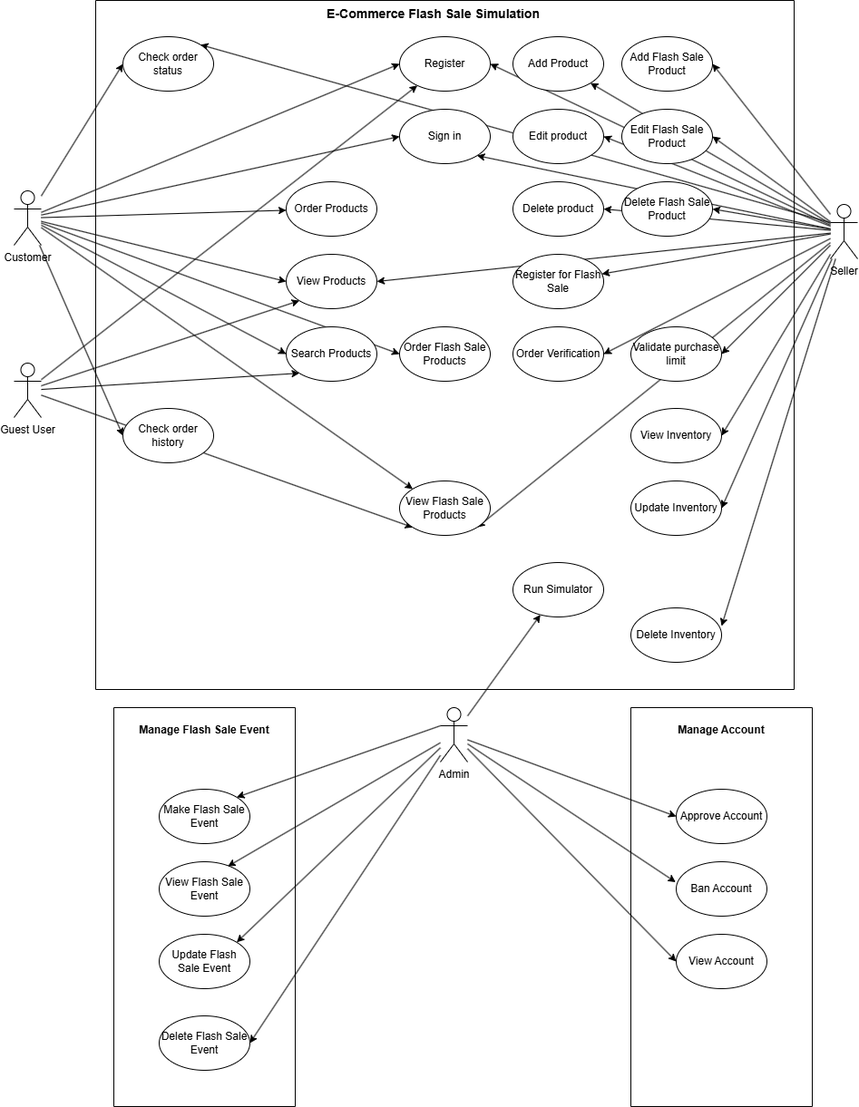
This is docs/useCaseDiagram.png from Zahiitg/LAb211-Group3, a draw.io export, as it was before one commit. Source tidied: cells renumbered, new cells last; positions are measured from the earlier drawing's top-left corner, leaving out a move shared by most shapes.
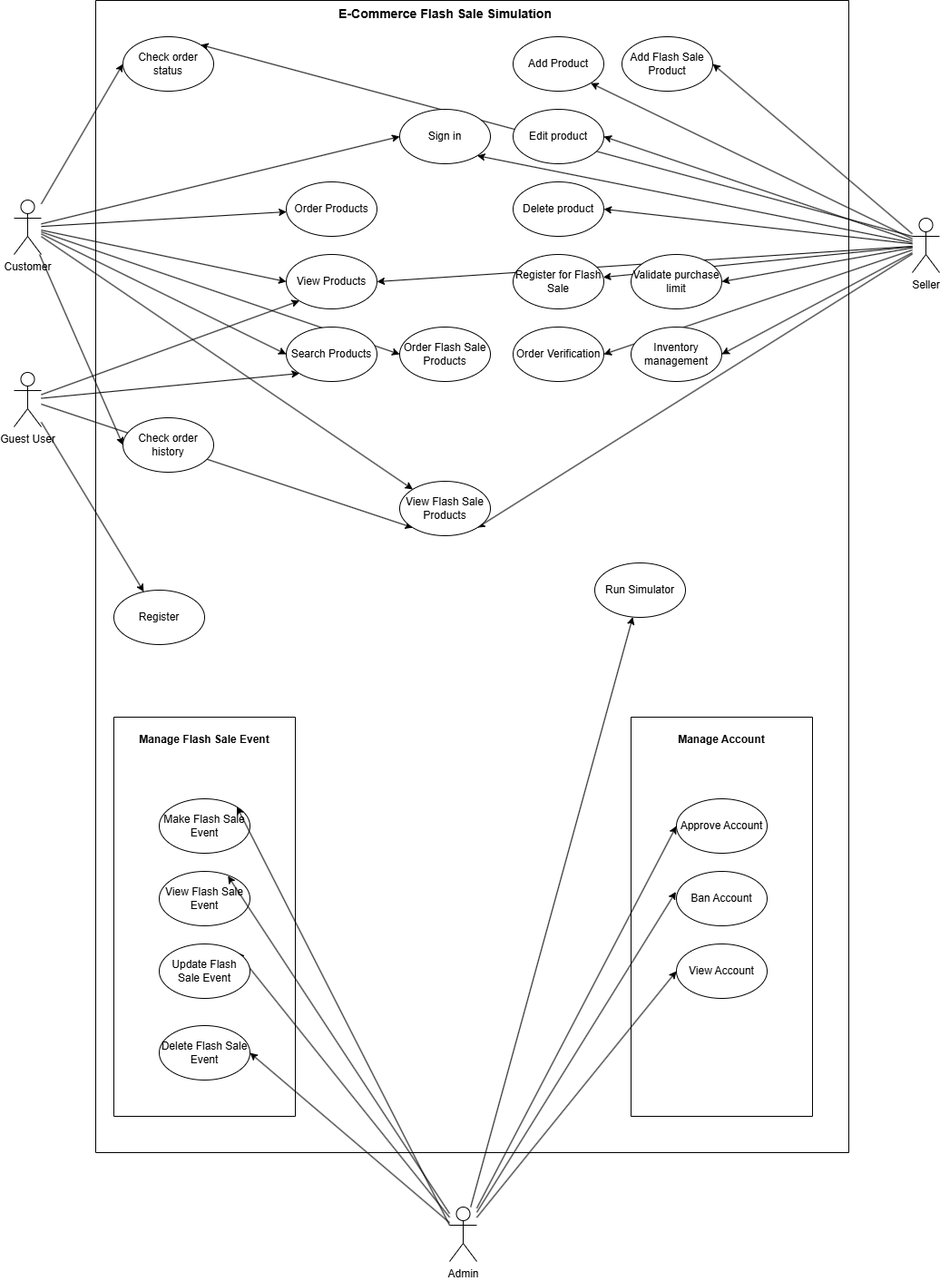
After the commit.

Commit message:
update use case diagram

Change to the diagram source:
```diff
@@ -14,9 +14,6 @@
     <mxCell id="5" style="rounded=0;jettySize=auto;html=1;" parent="1" edge="1" source="63" target="38">
       <mxGeometry relative="1" as="geometry" />
     </mxCell>
-    <mxCell id="6" style="rounded=0;jettySize=auto;html=1;entryX=0;entryY=0.5;entryDx=0;entryDy=0;" parent="1" edge="1" source="15" target="38">
-      <mxGeometry relative="1" as="geometry" />
-    </mxCell>
     <mxCell id="7" style="rounded=0;jettySize=auto;html=1;entryX=0;entryY=0.5;entryDx=0;entryDy=0;" parent="1" edge="1" source="15" target="56">
       <mxGeometry relative="1" as="geometry" />
     </mxCell>
@@ -44,9 +41,6 @@
     <mxCell id="15" value="Customer" style="shape=umlActor;verticalLabelPosition=bottom;verticalAlign=top;html=1;outlineConnect=0;" parent="1" vertex="1">
       <mxGeometry y="210" width="30" height="60" as="geometry" />
     </mxCell>
-    <mxCell id="16" style="rounded=0;jettySize=auto;html=1;entryX=1;entryY=0.5;entryDx=0;entryDy=0;" parent="1" edge="1" source="29" target="38">
-      <mxGeometry relative="1" as="geometry" />
-    </mxCell>
     <mxCell id="17" style="rounded=0;jettySize=auto;html=1;entryX=1;entryY=0.5;entryDx=0;entryDy=0;" parent="1" edge="1" source="29" target="47">
       <mxGeometry relative="1" as="geometry" />
     </mxCell>
@@ -74,17 +68,8 @@
     <mxCell id="25" style="rounded=0;jettySize=auto;html=1;entryX=1;entryY=0.5;entryDx=0;entryDy=0;" parent="1" edge="1" source="29" target="53">
       <mxGeometry relative="1" as="geometry" />
     </mxCell>
-    <mxCell id="26" style="rounded=0;jettySize=auto;html=1;entryX=1;entryY=0.5;entryDx=0;entryDy=0;" parent="1" edge="1" source="29" target="57">
-      <mxGeometry relative="1" as="geometry" />
-    </mxCell>
-    <mxCell id="27" style="rounded=0;jettySize=auto;html=1;entryX=1;entryY=0.5;entryDx=0;entryDy=0;" parent="1" edge="1" source="29" target="59">
-      <mxGeometry relative="1" as="geometry" />
-    </mxCell>
-    <mxCell id="28" style="rounded=0;jettySize=auto;html=1;entryX=1;entryY=0.5;entryDx=0;entryDy=0;" parent="1" edge="1" source="29" target="60">
-      <mxGeometry relative="1" as="geometry" />
-    </mxCell>
     <mxCell id="29" value="Seller" style="shape=umlActor;verticalLabelPosition=bottom;verticalAlign=top;html=1;outlineConnect=0;" parent="1" vertex="1">
-      <mxGeometry x="900" y="225" width="30" height="60" as="geometry" />
+      <mxGeometry x="990" y="230" width="30" height="60" as="geometry" />
     </mxCell>
     <mxCell id="30" style="rounded=0;jettySize=auto;html=1;" parent="1" edge="1" source="35" target="46">
       <mxGeometry relative="1" as="geometry" />
@@ -102,16 +87,16 @@
       <mxGeometry relative="1" as="geometry" />
     </mxCell>
     <mxCell id="35" value="Admin" style="shape=umlActor;verticalLabelPosition=bottom;verticalAlign=top;html=1;outlineConnect=0;" parent="1" vertex="1">
-      <mxGeometry x="470" y="780" width="30" height="60" as="geometry" />
+      <mxGeometry x="480" y="1320" width="30" height="60" as="geometry" />
     </mxCell>
     <mxCell id="36" style="swimlane;startSize=0;" parent="1" vertex="1">
-      <mxGeometry x="90" width="770" height="760" as="geometry" />
+      <mxGeometry x="90" y="-10" width="830" height="1270" as="geometry" />
     </mxCell>
     <mxCell id="37" value="View Flash Sale Products" style="ellipse;whiteSpace=wrap;html=1;" parent="36" vertex="1">
       <mxGeometry x="335" y="530" width="100" height="60" as="geometry" />
     </mxCell>
     <mxCell id="38" value="&lt;div&gt;Register&lt;/div&gt;" style="ellipse;whiteSpace=wrap;html=1;" parent="36" vertex="1">
-      <mxGeometry x="335" y="40" width="100" height="60" as="geometry" />
+      <mxGeometry x="20" y="650" width="100" height="60" as="geometry" />
     </mxCell>
     <mxCell id="39" value="Order Flash Sale Products" style="ellipse;whiteSpace=wrap;html=1;" parent="36" vertex="1">
       <mxGeometry x="335" y="360" width="100" height="60" as="geometry" />
@@ -126,7 +111,7 @@
       <mxGeometry x="210" y="360" width="100" height="60" as="geometry" />
     </mxCell>
     <mxCell id="43" value="&lt;span id=&quot;docs-internal-guid-ed6efc86-7fff-6e3f-5f02-52fbdccc430c&quot;&gt;&lt;span style=&quot;font-family: Arial, sans-serif; background-color: transparent; font-weight: 700; font-variant: normal; vertical-align: baseline; white-space: pre-wrap;&quot;&gt;&lt;font style=&quot;color: rgb(0, 0, 0); font-size: 14px;&quot;&gt;E-Commerce Flash Sale Simulation&lt;/font&gt;&lt;/span&gt;&lt;/span&gt;" style="text;html=1;whiteSpace=wrap;strokeColor=none;fillColor=none;align=center;verticalAlign=middle;rounded=0;" parent="36" vertex="1">
-      <mxGeometry x="240" width="265" height="30" as="geometry" />
+      <mxGeometry x="252.5" width="265" height="30" as="geometry" />
     </mxCell>
     <mxCell id="44" value="Register for Flash Sale" style="ellipse;whiteSpace=wrap;html=1;" parent="36" vertex="1">
       <mxGeometry x="460" y="280" width="100" height="60" as="geometry" />
@@ -135,22 +120,22 @@
       <mxGeometry x="460" y="40" width="100" height="60" as="geometry" />
     </mxCell>
     <mxCell id="46" value="Run Simulator" style="ellipse;whiteSpace=wrap;html=1;" parent="36" vertex="1">
-      <mxGeometry x="460" y="620" width="100" height="60" as="geometry" />
+      <mxGeometry x="550" y="620" width="100" height="60" as="geometry" />
     </mxCell>
     <mxCell id="47" value="Order Verification" style="ellipse;whiteSpace=wrap;html=1;" parent="36" vertex="1">
       <mxGeometry x="460" y="360" width="100" height="60" as="geometry" />
     </mxCell>
-    <mxCell id="48" value="View Inventory" style="ellipse;whiteSpace=wrap;html=1;" parent="36" vertex="1">
-      <mxGeometry x="590" y="450" width="100" height="60" as="geometry" />
+    <mxCell id="48" value="Inventory management" style="ellipse;whiteSpace=wrap;html=1;" parent="36" vertex="1">
+      <mxGeometry x="590" y="360" width="100" height="60" as="geometry" />
     </mxCell>
     <mxCell id="49" value="&lt;span style=&quot;&quot;&gt;V&lt;/span&gt;&lt;span style=&quot;&quot;&gt;alidate purchase limit&lt;/span&gt;" style="ellipse;whiteSpace=wrap;html=1;" parent="36" vertex="1">
-      <mxGeometry x="590" y="360" width="100" height="60" as="geometry" />
+      <mxGeometry x="590" y="280" width="100" height="60" as="geometry" />
     </mxCell>
     <mxCell id="50" value="Check order status" style="ellipse;whiteSpace=wrap;html=1;" parent="36" vertex="1">
       <mxGeometry x="30" y="40" width="100" height="60" as="geometry" />
     </mxCell>
     <mxCell id="51" value="Check order history" style="ellipse;whiteSpace=wrap;html=1;" parent="36" vertex="1">
-      <mxGeometry x="30" y="450" width="100" height="60" as="geometry" />
+      <mxGeometry x="30" y="460" width="100" height="60" as="geometry" />
     </mxCell>
     <mxCell id="52" value="Delete product" style="ellipse;whiteSpace=wrap;html=1;" parent="36" vertex="1">
       <mxGeometry x="460" y="200" width="100" height="60" as="geometry" />
@@ -169,18 +154,6 @@
     <mxCell id="56" value="&lt;div&gt;Sign in&lt;/div&gt;" style="ellipse;whiteSpace=wrap;html=1;" parent="36" vertex="1">
       <mxGeometry x="335" y="120" width="100" height="60" as="geometry" />
     </mxCell>
-    <mxCell id="57" value="Update Inventory" style="ellipse;whiteSpace=wrap;html=1;" parent="36" vertex="1">
-      <mxGeometry x="590" y="530" width="100" height="60" as="geometry" />
-    </mxCell>
-    <mxCell id="58" value="Delete Inventory" style="ellipse;whiteSpace=wrap;html=1;" parent="36" vertex="1">
-      <mxGeometry x="590" y="670" width="100" height="60" as="geometry" />
-    </mxCell>
-    <mxCell id="59" value="Edit Flash Sale Product" style="ellipse;whiteSpace=wrap;html=1;" parent="36" vertex="1">
-      <mxGeometry x="580" y="120" width="100" height="60" as="geometry" />
-    </mxCell>
-    <mxCell id="60" value="Delete Flash Sale Product" style="ellipse;whiteSpace=wrap;html=1;" parent="36" vertex="1">
-      <mxGeometry x="580" y="200" width="100" height="60" as="geometry" />
-    </mxCell>
     <mxCell id="61" style="rounded=0;jettySize=auto;html=1;entryX=0;entryY=1;entryDx=0;entryDy=0;" parent="1" edge="1" source="63" target="42">
       <mxGeometry relative="1" as="geometry" />
     </mxCell>
@@ -232,8 +205,5 @@
     <mxCell id="77" style="rounded=0;jettySize=auto;html=1;entryX=1;entryY=0;entryDx=0;entryDy=0;exitX=0;exitY=0.3333333333333333;exitDx=0;exitDy=0;exitPerimeter=0;" parent="1" edge="1" source="35" target="65">
       <mxGeometry relative="1" as="geometry" />
     </mxCell>
-    <mxCell id="78" style="rounded=0;jettySize=auto;html=1;entryX=1;entryY=0.333;entryDx=0;entryDy=0;entryPerimeter=0;" parent="1" edge="1" source="29" target="58">
-      <mxGeometry relative="1" as="geometry" />
-    </mxCell>
   </root>
 </mxGraphModel>
```
